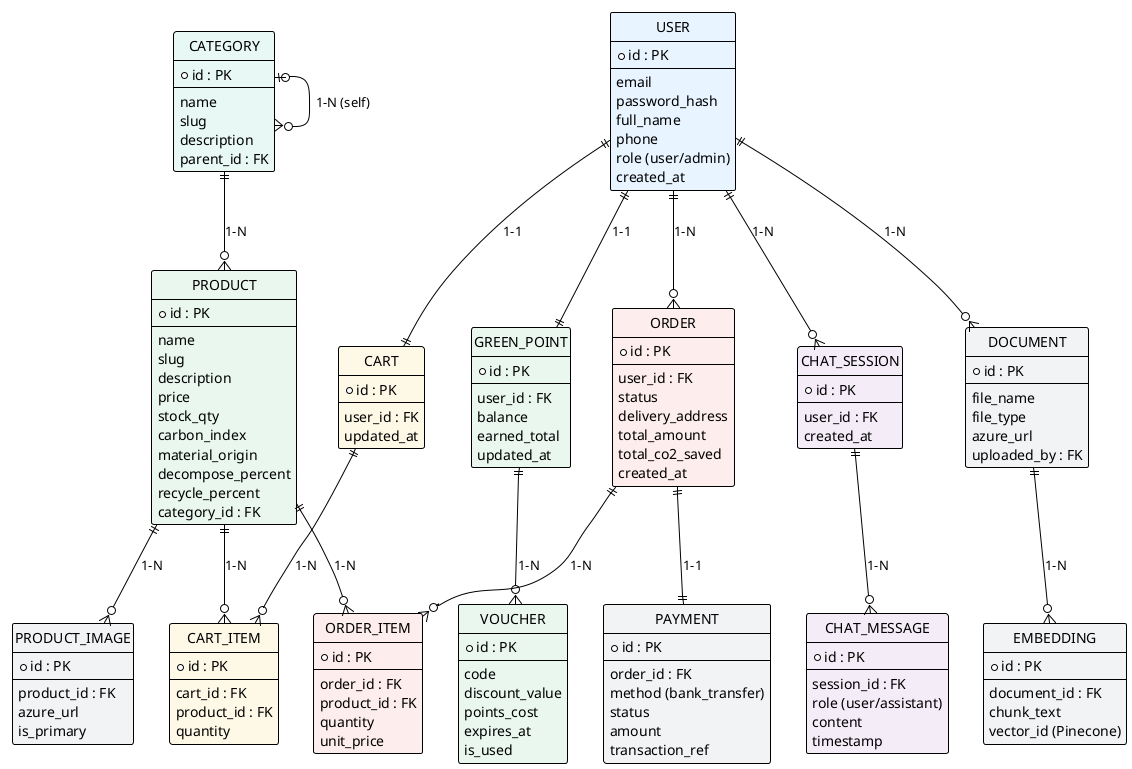
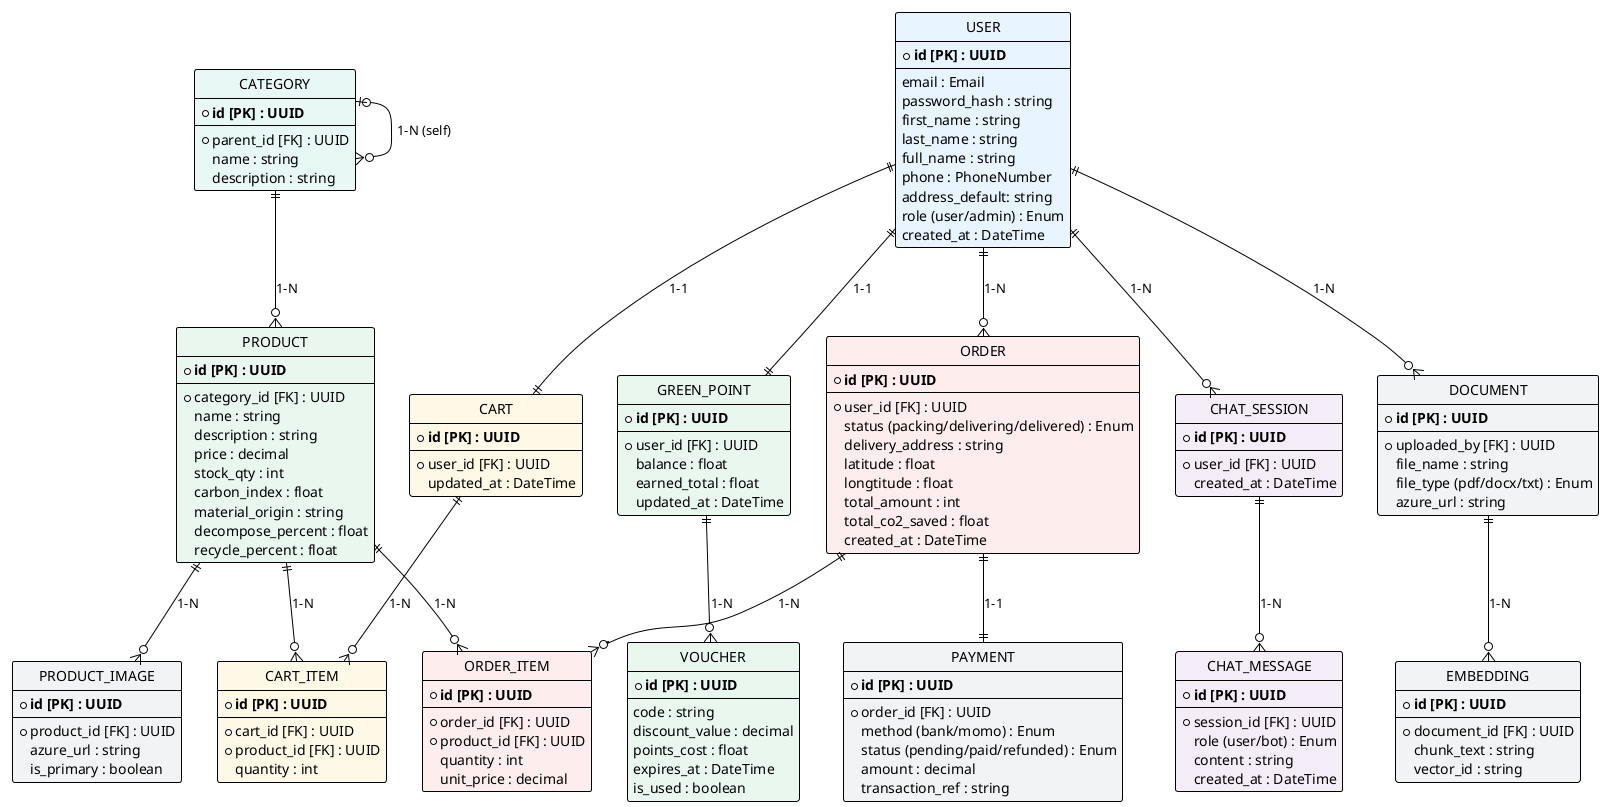
@startuml CDM
!theme plain
hide circle

' ================= ENTITIES =================

entity "USER" as user #E8F4FF {
-   * id : PK
+   * **id [PK] : UUID**
  --
-   email
-   password_hash
-   full_name
-   phone
-   role (user/admin)
-   created_at
+   email : Email
+   password_hash : string
+   first_name : string
+   last_name : string
+   full_name : string
+   phone : PhoneNumber
+   address_default: string
+   role (user/admin) : Enum
+   created_at : DateTime
}

entity "CATEGORY" as category #E8F8F5 {
-   * id : PK
+   * **id [PK] : UUID**
  --
-   name
-   slug
-   description
-   parent_id : FK
+   * parent_id [FK] : UUID
+   name : string
+   description : string
}

entity "PRODUCT" as product #E9F7EF {
-   * id : PK
+   * **id [PK] : UUID**
  --
-   name
-   slug
-   description
-   price
-   stock_qty
-   carbon_index
-   material_origin
-   decompose_percent
-   recycle_percent
-   category_id : FK
+   * category_id [FK] : UUID
+   name : string
+   description : string
+   price : decimal
+   stock_qty : int
+   carbon_index : float
+   material_origin : string
+   decompose_percent : float
+   recycle_percent : float
}

entity "PRODUCT_IMAGE" as product_image #F2F3F4 {
-   * id : PK
+   * **id [PK] : UUID**
  --
-   product_id : FK
-   azure_url
-   is_primary
+   * product_id [FK] : UUID
+   azure_url : string
+   is_primary : boolean
}

entity "CART" as cart #FEF9E7 {
-   * id : PK
+   * **id [PK] : UUID**
  --
-   user_id : FK
-   updated_at
+   * user_id [FK] : UUID
+   updated_at : DateTime
}

entity "CART_ITEM" as cart_item #FEF9E7 {
-   * id : PK
+   * **id [PK] : UUID**
  --
-   cart_id : FK
-   product_id : FK
-   quantity
+   * cart_id [FK] : UUID
+   * product_id [FK] : UUID
+   quantity : int
}

entity "ORDER" as order #FDEDEC {
-   * id : PK
+   * **id [PK] : UUID**
  --
-   user_id : FK
-   status
-   delivery_address
-   total_amount
-   total_co2_saved
-   created_at
+   * user_id [FK] : UUID
+   status (packing/delivering/delivered) : Enum
+   delivery_address : string
+   latitude : float
+   longtitude : float
+   total_amount : int
+   total_co2_saved : float
+   created_at : DateTime
}

entity "ORDER_ITEM" as order_item #FDEDEC {
-   * id : PK
+   * **id [PK] : UUID**
  --
-   order_id : FK
-   product_id : FK
-   quantity
-   unit_price
+   * order_id [FK] : UUID
+   * product_id [FK] : UUID
+   quantity : int
+   unit_price : decimal
}

entity "PAYMENT" as payment #F2F3F4 {
-   * id : PK
+   * **id [PK] : UUID**
  --
-   order_id : FK
-   method (bank_transfer)
-   status
-   amount
-   transaction_ref
+   * order_id [FK] : UUID
+   method (bank/momo) : Enum
+   status (pending/paid/refunded) : Enum
+   amount : decimal
+   transaction_ref : string
}

entity "GREEN_POINT" as green_point #E9F7EF {
-   * id : PK
+   * **id [PK] : UUID**
  --
-   user_id : FK
-   balance
-   earned_total
-   updated_at
+   * user_id [FK] : UUID
+   balance : float
+   earned_total : float
+   updated_at : DateTime
}

entity "VOUCHER" as voucher #E9F7EF {
-   * id : PK
+   * **id [PK] : UUID**
  --
-   code
-   discount_value
-   points_cost
-   expires_at
-   is_used
+   code : string
+   discount_value : decimal
+   points_cost : float
+   expires_at : DateTime
+   is_used : boolean
}

entity "CHAT_SESSION" as chat_session #F4ECF7 {
-   * id : PK
+   * **id [PK] : UUID**
  --
-   user_id : FK
-   created_at
+   * user_id [FK] : UUID
+   created_at : DateTime
}

entity "CHAT_MESSAGE" as chat_message #F4ECF7 {
-   * id : PK
+   * **id [PK] : UUID**
  --
-   session_id : FK
-   role (user/assistant)
-   content
-   timestamp
+   * session_id [FK] : UUID
+   role (user/bot) : Enum
+   content : string
+   created_at : DateTime
}

entity "DOCUMENT" as document #F2F3F4 {
-   * id : PK
+   * **id [PK] : UUID**
  --
-   file_name
-   file_type
-   azure_url
-   uploaded_by : FK
+   * uploaded_by [FK] : UUID
+   file_name : string
+   file_type (pdf/docx/txt) : Enum
+   azure_url : string
}

entity "EMBEDDING" as embedding #F2F3F4 {
-   * id : PK
+   * **id [PK] : UUID**
  --
-   document_id : FK
-   chunk_text
-   vector_id (Pinecone)
+   * document_id [FK] : UUID
+   chunk_text : string
+   vector_id : string
}

' ================= RELATIONSHIPS =================

' Người dùng và Giỏ hàng
user ||--|| cart : 1-1
cart ||--o{ cart_item : 1-N

' Sản phẩm và Danh mục
category |o--o{ category : 1-N (self)
category ||--o{ product : 1-N
product ||--o{ product_image : 1-N
product ||--o{ cart_item : 1-N

' Đơn hàng và Thanh toán
user ||--o{ order : 1-N
order ||--o{ order_item : 1-N
product ||--o{ order_item : 1-N
order ||--|| payment : 1-1

' Tích điểm xanh (Green/Eco)
user ||--|| green_point : 1-1
green_point ||--o{ voucher : 1-N

' AI Chat & RAG
user ||--o{ chat_session : 1-N
chat_session ||--o{ chat_message : 1-N
user ||--o{ document : 1-N
document ||--o{ embedding : 1-N

@enduml
